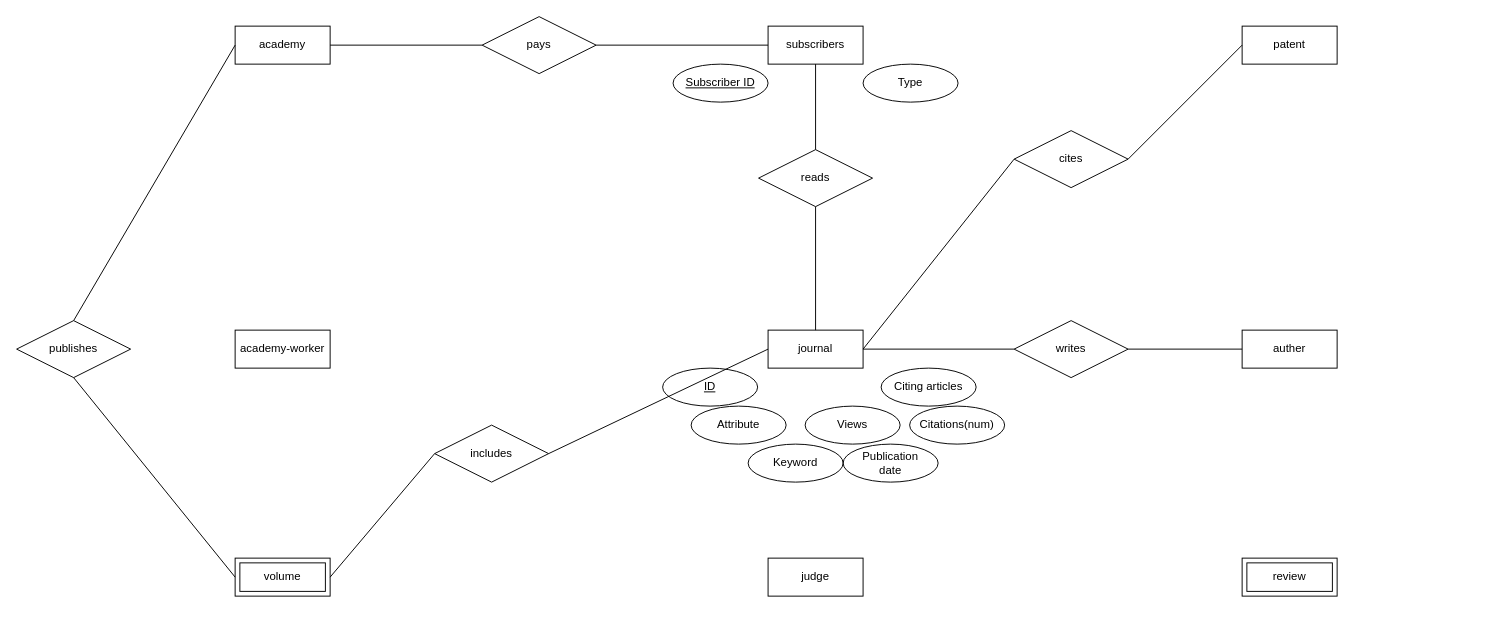
Before: 학교과제/seo.drawio in waroad/Problem-Solving, a draw.io diagram. Source tidied: cells renumbered, new cells numbered last; positions are measured from the earlier drawing's top-left corner, leaving out a move shared by most shapes. Both pictures are drawn from the tidied source at 95%, with x=0, y=0 at pixel (16, 16).
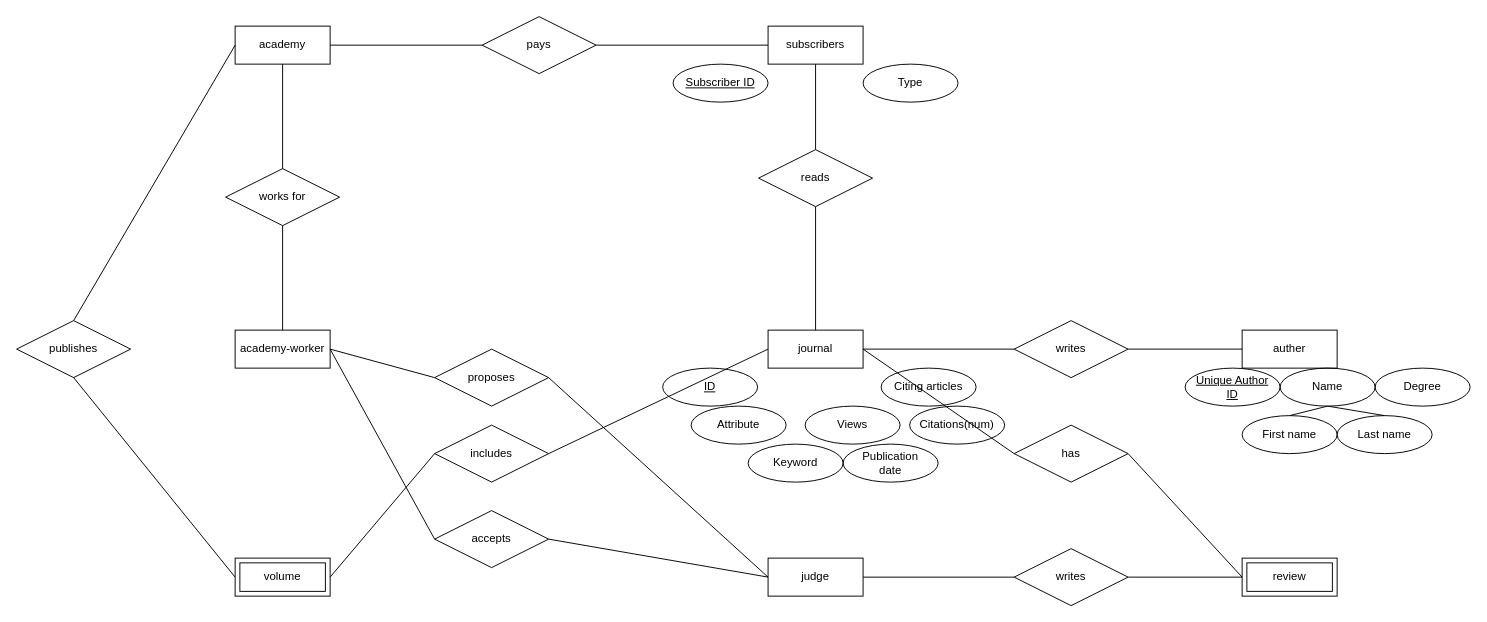
Above is the later version.

Unchanged cells that the change refers to:
```xml
<mxCell id="2" value="journal" style="whiteSpace=wrap;html=1;align=center;" parent="1" vertex="1">
  <mxGeometry x="791" y="330" width="100" height="40" as="geometry" />
</mxCell>
<mxCell id="4" value="academy" style="whiteSpace=wrap;html=1;align=center;" parent="1" vertex="1">
  <mxGeometry x="230" y="10" width="100" height="40" as="geometry" />
</mxCell>
<mxCell id="7" value="judge" style="whiteSpace=wrap;html=1;align=center;" parent="1" vertex="1">
  <mxGeometry x="791" y="570" width="100" height="40" as="geometry" />
</mxCell>
<mxCell id="8" value="review" style="shape=ext;margin=3;double=1;whiteSpace=wrap;html=1;align=center;fillColor=none;gradientColor=default;" parent="1" vertex="1">
  <mxGeometry x="1290" y="570" width="100" height="40" as="geometry" />
</mxCell>
<mxCell id="10" value="academy-worker" style="whiteSpace=wrap;html=1;align=center;" parent="1" vertex="1">
  <mxGeometry x="230" y="330" width="100" height="40" as="geometry" />
</mxCell>
```

Change to the diagram source:
```diff
@@
-    <mxCell id="6" value="patent" style="whiteSpace=wrap;html=1;align=center;" parent="1" vertex="1">
-      <mxGeometry x="1290" y="10" width="100" height="40" as="geometry" />
-    </mxCell>
@@
-    <mxCell id="25" value="cites" style="shape=rhombus;perimeter=rhombusPerimeter;whiteSpace=wrap;html=1;align=center;fillColor=none;gradientColor=default;" parent="1" vertex="1">
-      <mxGeometry x="1050" y="120" width="120" height="60" as="geometry" />
-    </mxCell>
-    <mxCell id="26" style="endArrow=none;html=1;rounded=0;entryX=0;entryY=0.5;entryDx=0;entryDy=0;exitX=1;exitY=0.5;exitDx=0;exitDy=0;" parent="1" edge="1" source="25" target="6">
-      <mxGeometry relative="1" as="geometry" />
-    </mxCell>
-    <mxCell id="27" style="endArrow=none;html=1;rounded=0;entryX=0;entryY=0.5;entryDx=0;entryDy=0;exitX=1;exitY=0.5;exitDx=0;exitDy=0;" parent="1" edge="1" source="2" target="25">
-      <mxGeometry relative="1" as="geometry" />
-    </mxCell>
@@
+    <mxCell id="38" value="works for" style="shape=rhombus;perimeter=rhombusPerimeter;whiteSpace=wrap;html=1;align=center;fillColor=none;gradientColor=default;" parent="1" vertex="1">
+      <mxGeometry x="220" y="160" width="120" height="60" as="geometry" />
+    </mxCell>
+    <mxCell id="39" style="endArrow=none;html=1;rounded=0;exitX=0.5;exitY=1;exitDx=0;exitDy=0;entryX=0.5;entryY=0;entryDx=0;entryDy=0;" parent="1" edge="1" source="4" target="38">
+      <mxGeometry relative="1" as="geometry" />
+    </mxCell>
+    <mxCell id="40" style="endArrow=none;html=1;rounded=0;exitX=0.5;exitY=1;exitDx=0;exitDy=0;entryX=0.5;entryY=0;entryDx=0;entryDy=0;" parent="1" edge="1" source="38" target="10">
+      <mxGeometry relative="1" as="geometry" />
+    </mxCell>
+    <mxCell id="41" value="proposes" style="shape=rhombus;perimeter=rhombusPerimeter;whiteSpace=wrap;html=1;align=center;fillColor=none;gradientColor=default;" parent="1" vertex="1">
+      <mxGeometry x="440" y="350" width="120" height="60" as="geometry" />
+    </mxCell>
+    <mxCell id="42" style="endArrow=none;html=1;rounded=0;exitX=1;exitY=0.5;exitDx=0;exitDy=0;entryX=0;entryY=0.5;entryDx=0;entryDy=0;" parent="1" edge="1" source="10" target="41">
+      <mxGeometry relative="1" as="geometry" />
+    </mxCell>
+    <mxCell id="43" style="endArrow=none;html=1;rounded=0;exitX=1;exitY=0.5;exitDx=0;exitDy=0;entryX=0;entryY=0.5;entryDx=0;entryDy=0;" parent="1" edge="1" source="41" target="7">
+      <mxGeometry relative="1" as="geometry" />
+    </mxCell>
+    <mxCell id="44" value="accepts" style="shape=rhombus;perimeter=rhombusPerimeter;whiteSpace=wrap;html=1;align=center;fillColor=none;gradientColor=default;" parent="1" vertex="1">
+      <mxGeometry x="440" y="520" width="120" height="60" as="geometry" />
+    </mxCell>
+    <mxCell id="45" style="endArrow=none;html=1;rounded=0;entryX=0;entryY=0.5;entryDx=0;entryDy=0;exitX=1;exitY=0.5;exitDx=0;exitDy=0;" parent="1" edge="1" source="44" target="7">
+      <mxGeometry relative="1" as="geometry" />
+    </mxCell>
+    <mxCell id="46" style="endArrow=none;html=1;rounded=0;entryX=0;entryY=0.5;entryDx=0;entryDy=0;exitX=1;exitY=0.5;exitDx=0;exitDy=0;" parent="1" edge="1" source="10" target="44">
+      <mxGeometry relative="1" as="geometry" />
+    </mxCell>
+    <mxCell id="47" value="writes" style="shape=rhombus;perimeter=rhombusPerimeter;whiteSpace=wrap;html=1;align=center;fillColor=none;gradientColor=default;" parent="1" vertex="1">
+      <mxGeometry x="1050" y="560" width="120" height="60" as="geometry" />
+    </mxCell>
+    <mxCell id="48" style="endArrow=none;html=1;rounded=0;exitX=1;exitY=0.5;exitDx=0;exitDy=0;entryX=0;entryY=0.5;entryDx=0;entryDy=0;" parent="1" edge="1" source="7" target="47">
+      <mxGeometry relative="1" as="geometry" />
+    </mxCell>
+    <mxCell id="49" style="endArrow=none;html=1;rounded=0;exitX=1;exitY=0.5;exitDx=0;exitDy=0;entryX=0;entryY=0.5;entryDx=0;entryDy=0;" parent="1" edge="1" source="47" target="8">
+      <mxGeometry relative="1" as="geometry" />
+    </mxCell>
+    <mxCell id="50" value="has" style="shape=rhombus;perimeter=rhombusPerimeter;whiteSpace=wrap;html=1;align=center;fillColor=none;gradientColor=default;" parent="1" vertex="1">
+      <mxGeometry x="1050" y="430" width="120" height="60" as="geometry" />
+    </mxCell>
+    <mxCell id="51" style="endArrow=none;html=1;rounded=0;exitX=1;exitY=0.5;exitDx=0;exitDy=0;entryX=0;entryY=0.5;entryDx=0;entryDy=0;" parent="1" edge="1" source="2" target="50">
+      <mxGeometry relative="1" as="geometry" />
+    </mxCell>
+    <mxCell id="52" style="endArrow=none;html=1;rounded=0;exitX=1;exitY=0.5;exitDx=0;exitDy=0;entryX=0;entryY=0.5;entryDx=0;entryDy=0;" parent="1" edge="1" source="50" target="8">
+      <mxGeometry relative="1" as="geometry" />
+    </mxCell>
+    <mxCell id="53" value="Name" style="ellipse;whiteSpace=wrap;html=1;align=center;fillColor=none;gradientColor=default;" parent="1" vertex="1">
+      <mxGeometry x="1330" y="370" width="100" height="40" as="geometry" />
+    </mxCell>
+    <mxCell id="54" value="Unique Author&lt;br&gt;ID" style="ellipse;whiteSpace=wrap;html=1;align=center;fontStyle=4;fillColor=none;gradientColor=default;" parent="1" vertex="1">
+      <mxGeometry x="1230" y="370" width="100" height="40" as="geometry" />
+    </mxCell>
+    <mxCell id="55" value="First name" style="ellipse;whiteSpace=wrap;html=1;align=center;fillColor=none;gradientColor=default;" parent="1" vertex="1">
+      <mxGeometry x="1290" y="420" width="100" height="40" as="geometry" />
+    </mxCell>
+    <mxCell id="56" value="Last name" style="ellipse;whiteSpace=wrap;html=1;align=center;fillColor=none;gradientColor=default;" parent="1" vertex="1">
+      <mxGeometry x="1390" y="420" width="100" height="40" as="geometry" />
+    </mxCell>
+    <mxCell id="57" style="endArrow=none;html=1;rounded=0;entryX=0.5;entryY=1;entryDx=0;entryDy=0;exitX=0.5;exitY=0;exitDx=0;exitDy=0;" parent="1" edge="1" source="55" target="53">
+      <mxGeometry relative="1" as="geometry" />
+    </mxCell>
+    <mxCell id="58" style="endArrow=none;html=1;rounded=0;entryX=0.5;entryY=0;entryDx=0;entryDy=0;exitX=0.5;exitY=1;exitDx=0;exitDy=0;" parent="1" edge="1" source="53" target="56">
+      <mxGeometry relative="1" as="geometry" />
+    </mxCell>
+    <mxCell id="59" value="Degree" style="ellipse;whiteSpace=wrap;html=1;align=center;fillColor=none;gradientColor=default;" parent="1" vertex="1">
+      <mxGeometry x="1430" y="370" width="100" height="40" as="geometry" />
+    </mxCell>
```
